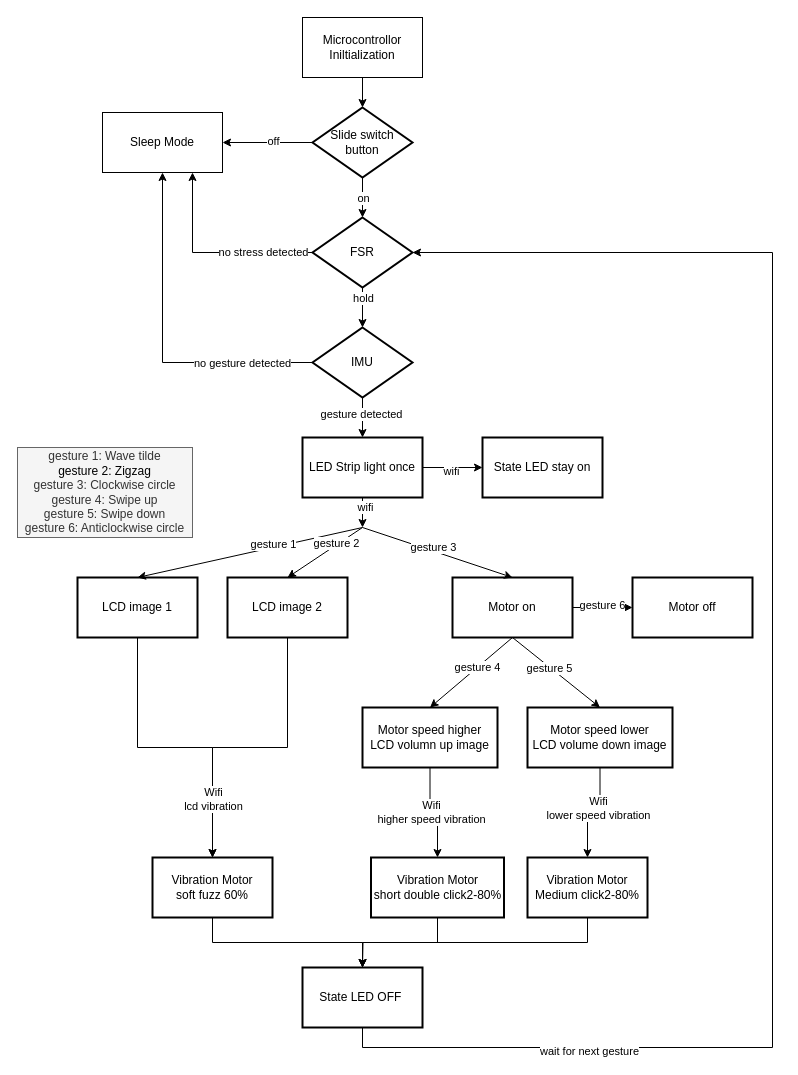
Earlier version of the draw.io diagram Flow_Chart.drawio (ese5160/final-project-a07g-a14g-t05-fusion-maverick). Source tidied: cells renumbered, new cells numbered last; positions are measured from the earlier drawing's top-left corner, leaving out a move shared by most shapes. Both pictures are drawn from the tidied source at 100%, with x=0, y=0 at pixel (17, 17).
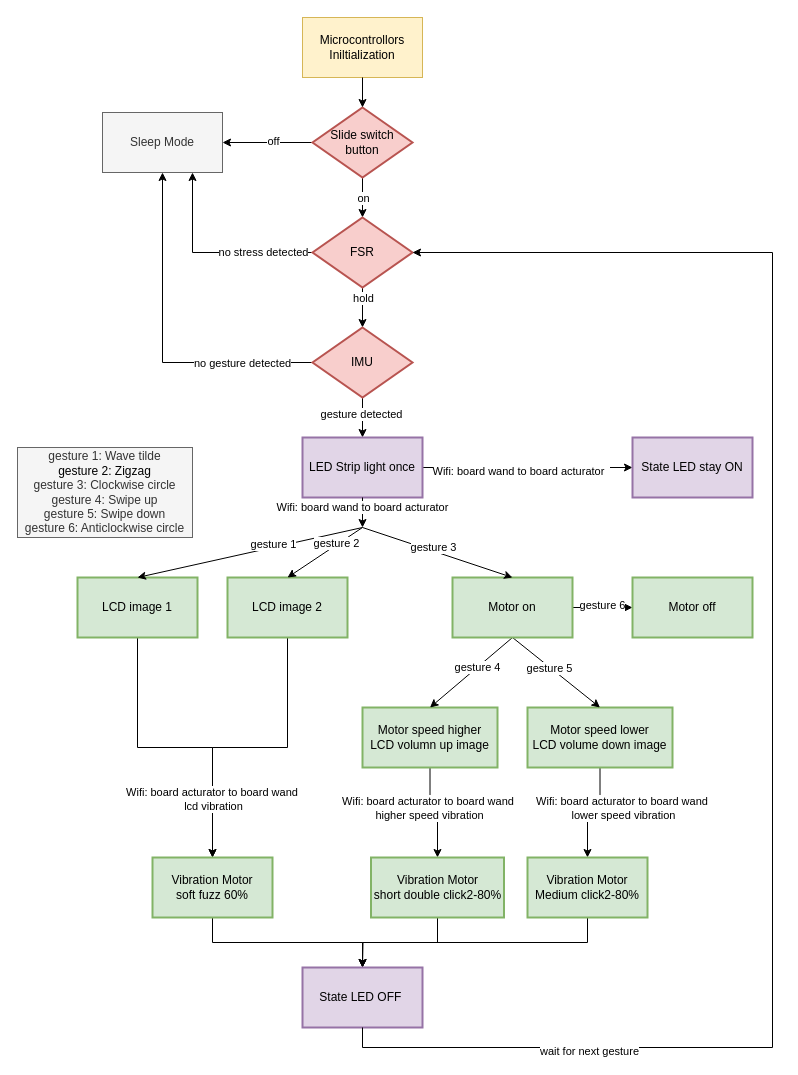
The same diagram, later.

The change refers to these unchanged cells:
```xml
<mxCell id="20" style="edgeStyle=orthogonalEdgeStyle;rounded=0;jettySize=auto;html=1;exitX=1;exitY=0.5;exitDx=0;exitDy=0;entryX=0;entryY=0.5;entryDx=0;entryDy=0;" parent="1" edge="1" source="22" target="60">
  <mxGeometry relative="1" as="geometry" />
</mxCell>
<mxCell id="25" style="edgeStyle=orthogonalEdgeStyle;rounded=0;jettySize=auto;html=1;exitX=0.5;exitY=1;exitDx=0;exitDy=0;entryX=0.5;entryY=0;entryDx=0;entryDy=0;" parent="1" edge="1" source="27" target="47">
  <mxGeometry relative="1" as="geometry" />
</mxCell>
<mxCell id="28" style="edgeStyle=orthogonalEdgeStyle;rounded=0;jettySize=auto;html=1;exitX=0.5;exitY=1;exitDx=0;exitDy=0;entryX=0.5;entryY=0;entryDx=0;entryDy=0;" parent="1" edge="1" source="30" target="49">
  <mxGeometry relative="1" as="geometry" />
</mxCell>
<mxCell id="31" style="edgeStyle=orthogonalEdgeStyle;rounded=0;jettySize=auto;html=1;exitX=0.5;exitY=1;exitDx=0;exitDy=0;entryX=0.5;entryY=0;entryDx=0;entryDy=0;" parent="1" edge="1" source="33" target="45">
  <mxGeometry relative="1" as="geometry" />
</mxCell>
<mxCell id="34" style="endArrow=classic;html=1;rounded=0;exitX=0.5;exitY=1;exitDx=0;exitDy=0;" parent="1" edge="1" source="22">
  <mxGeometry relative="1" as="geometry">
    <mxPoint x="345" y="510" as="targetPoint" />
  </mxGeometry>
</mxCell>
```

What changed in the source:
```diff
@@
-    <mxCell id="2" value="Microcontrollor Iniltialization" style="rounded=0;whiteSpace=wrap;html=1;" parent="1" vertex="1">
+    <mxCell id="2" value="Microcontrollors Iniltialization" style="rounded=0;whiteSpace=wrap;html=1;fillColor=#fff2cc;strokeColor=#d6b656;" parent="1" vertex="1">
       <mxGeometry x="285" width="120" height="60" as="geometry" />
     </mxCell>
@@
-    <mxCell id="7" value="Slide switch button" style="strokeWidth=2;html=1;shape=mxgraph.flowchart.decision;whiteSpace=wrap;" parent="1" vertex="1">
+    <mxCell id="7" value="Slide switch button" style="strokeWidth=2;html=1;shape=mxgraph.flowchart.decision;whiteSpace=wrap;fillColor=#f8cecc;strokeColor=#b85450;" parent="1" vertex="1">
       <mxGeometry x="295" y="90" width="100" height="70" as="geometry" />
     </mxCell>
@@
-    <mxCell id="9" value="Sleep Mode" style="rounded=0;whiteSpace=wrap;html=1;" parent="1" vertex="1">
+    <mxCell id="9" value="Sleep Mode" style="rounded=0;whiteSpace=wrap;html=1;fillColor=#f5f5f5;fontColor=#333333;strokeColor=#666666;" parent="1" vertex="1">
       <mxGeometry x="85" y="95" width="120" height="60" as="geometry" />
     </mxCell>
@@
-    <mxCell id="14" value="FSR" style="strokeWidth=2;html=1;shape=mxgraph.flowchart.decision;whiteSpace=wrap;" parent="1" vertex="1">
+    <mxCell id="14" value="FSR" style="strokeWidth=2;html=1;shape=mxgraph.flowchart.decision;whiteSpace=wrap;fillColor=#f8cecc;strokeColor=#b85450;" parent="1" vertex="1">
       <mxGeometry x="295" y="200" width="100" height="70" as="geometry" />
     </mxCell>
@@
-    <mxCell id="19" value="IMU" style="strokeWidth=2;html=1;shape=mxgraph.flowchart.decision;whiteSpace=wrap;" parent="1" vertex="1">
+    <mxCell id="19" value="IMU" style="strokeWidth=2;html=1;shape=mxgraph.flowchart.decision;whiteSpace=wrap;fillColor=#f8cecc;strokeColor=#b85450;" parent="1" vertex="1">
       <mxGeometry x="295" y="310" width="100" height="70" as="geometry" />
     </mxCell>
@@
-    <mxCell id="21" value="wifi" style="edgeLabel;html=1;align=center;verticalAlign=middle;" parent="20" vertex="1">
+    <mxCell id="21" value="Wifi: board wand&amp;nbsp;to board acturator&amp;nbsp;&amp;nbsp;" style="edgeLabel;html=1;align=center;verticalAlign=middle;" parent="20" vertex="1">
       <mxGeometry x="-0.07" y="-3" relative="1" as="geometry" />
     </mxCell>
-    <mxCell id="22" value="LED Strip light once" style="whiteSpace=wrap;html=1;strokeWidth=2;" parent="1" vertex="1">
+    <mxCell id="22" value="LED Strip light once" style="whiteSpace=wrap;html=1;strokeWidth=2;fillColor=#e1d5e7;strokeColor=#9673a6;" parent="1" vertex="1">
       <mxGeometry x="285" y="420" width="120" height="60" as="geometry" />
     </mxCell>
@@
-    <mxCell id="24" value="LCD image 1" style="whiteSpace=wrap;html=1;strokeWidth=2;" parent="1" vertex="1">
+    <mxCell id="24" value="LCD image 1" style="whiteSpace=wrap;html=1;strokeWidth=2;fillColor=#d5e8d4;strokeColor=#82b366;" parent="1" vertex="1">
       <mxGeometry x="60" y="560" width="120" height="60" as="geometry" />
     </mxCell>
@@
-    <mxCell id="26" value="Wifi&lt;div&gt;higher speed vibration&lt;/div&gt;" style="edgeLabel;html=1;align=center;verticalAlign=middle;" parent="25" vertex="1">
-      <mxGeometry x="-0.05" y="1" relative="1" as="geometry" />
+    <mxCell id="26" value="Wifi: board acturator to board wand&amp;nbsp;&lt;div&gt;higher speed vibration&lt;/div&gt;" style="edgeLabel;html=1;align=center;verticalAlign=middle;" parent="25" vertex="1">
+      <mxGeometry x="-0.05" y="1" relative="1" as="geometry">
+        <mxPoint x="-2" y="-4" as="offset" />
+      </mxGeometry>
     </mxCell>
-    <mxCell id="27" value="Motor speed higher&lt;div&gt;LCD volumn up image&lt;/div&gt;" style="whiteSpace=wrap;html=1;strokeWidth=2;" parent="1" vertex="1">
+    <mxCell id="27" value="Motor speed higher&lt;div&gt;LCD volumn up image&lt;/div&gt;" style="whiteSpace=wrap;html=1;strokeWidth=2;fillColor=#d5e8d4;strokeColor=#82b366;" parent="1" vertex="1">
       <mxGeometry x="345" y="690" width="135" height="60" as="geometry" />
     </mxCell>
@@
-    <mxCell id="29" value="Wifi&lt;div&gt;lower speed vibration&lt;/div&gt;" style="edgeLabel;html=1;align=center;verticalAlign=middle;" parent="28" vertex="1">
-      <mxGeometry x="-0.08" y="-5" relative="1" as="geometry" />
+    <mxCell id="29" value="Wifi: board acturator to board wand&amp;nbsp;&lt;br&gt;&lt;div&gt;lower speed vibration&lt;/div&gt;" style="edgeLabel;html=1;align=center;verticalAlign=middle;" parent="28" vertex="1">
+      <mxGeometry x="-0.08" y="-5" relative="1" as="geometry">
+        <mxPoint x="25" as="offset" />
+      </mxGeometry>
     </mxCell>
-    <mxCell id="30" value="Motor speed lower&lt;div&gt;LCD volume down image&lt;/div&gt;" style="whiteSpace=wrap;html=1;strokeWidth=2;" parent="1" vertex="1">
+    <mxCell id="30" value="Motor speed lower&lt;div&gt;LCD volume down image&lt;/div&gt;" style="whiteSpace=wrap;html=1;strokeWidth=2;fillColor=#d5e8d4;strokeColor=#82b366;" parent="1" vertex="1">
       <mxGeometry x="510" y="690" width="145" height="60" as="geometry" />
     </mxCell>
@@
-    <mxCell id="32" value="Wifi&lt;div&gt;lcd vibration&lt;/div&gt;" style="edgeLabel;html=1;align=center;verticalAlign=middle;" parent="31" vertex="1">
+    <mxCell id="32" value="Wifi: board acturator to board wand&amp;nbsp;&lt;div&gt;lcd vibration&lt;/div&gt;" style="edgeLabel;html=1;align=center;verticalAlign=middle;" parent="31" vertex="1">
       <mxGeometry x="0.4" y="-5" relative="1" as="geometry">
         <mxPoint x="5" y="29" as="offset" />
       </mxGeometry>
     </mxCell>
-    <mxCell id="33" value="LCD image 2" style="whiteSpace=wrap;html=1;strokeWidth=2;" parent="1" vertex="1">
+    <mxCell id="33" value="LCD image 2" style="whiteSpace=wrap;html=1;strokeWidth=2;fillColor=#d5e8d4;strokeColor=#82b366;" parent="1" vertex="1">
       <mxGeometry x="210" y="560" width="120" height="60" as="geometry" />
     </mxCell>
@@
-    <mxCell id="35" value="wifi" style="edgeLabel;html=1;align=center;verticalAlign=middle;" parent="34" vertex="1">
+    <mxCell id="35" value="Wifi: board wand&amp;nbsp;to board acturator&amp;nbsp;&amp;nbsp;" style="edgeLabel;html=1;align=center;verticalAlign=middle;" parent="34" vertex="1">
       <mxGeometry x="-0.38" y="2" relative="1" as="geometry" />
     </mxCell>
@@
-    <mxCell id="45" value="Vibration Motor&lt;div&gt;soft fuzz 60%&lt;/div&gt;" style="whiteSpace=wrap;html=1;strokeWidth=2;" parent="1" vertex="1">
+    <mxCell id="45" value="Vibration Motor&lt;div&gt;soft fuzz 60%&lt;/div&gt;" style="whiteSpace=wrap;html=1;strokeWidth=2;fillColor=#d5e8d4;strokeColor=#82b366;" parent="1" vertex="1">
       <mxGeometry x="135" y="840" width="120" height="60" as="geometry" />
     </mxCell>
@@
-    <mxCell id="47" value="Vibration Motor&lt;div&gt;short double click2-80%&lt;/div&gt;" style="whiteSpace=wrap;html=1;strokeWidth=2;" parent="1" vertex="1">
+    <mxCell id="47" value="Vibration Motor&lt;div&gt;short double click2-80%&lt;/div&gt;" style="whiteSpace=wrap;html=1;strokeWidth=2;fillColor=#d5e8d4;strokeColor=#82b366;" parent="1" vertex="1">
       <mxGeometry x="353.5" y="840" width="133" height="60" as="geometry" />
     </mxCell>
@@
-    <mxCell id="49" value="Vibration Motor&lt;div&gt;Medium click2-80%&lt;/div&gt;" style="whiteSpace=wrap;html=1;strokeWidth=2;" parent="1" vertex="1">
+    <mxCell id="49" value="Vibration Motor&lt;div&gt;Medium click2-80%&lt;/div&gt;" style="whiteSpace=wrap;html=1;strokeWidth=2;fillColor=#d5e8d4;strokeColor=#82b366;" parent="1" vertex="1">
       <mxGeometry x="510" y="840" width="120" height="60" as="geometry" />
     </mxCell>
-    <mxCell id="50" value="&lt;div&gt;State LED OFF&amp;nbsp;&lt;/div&gt;" style="whiteSpace=wrap;html=1;strokeWidth=2;" parent="1" vertex="1">
+    <mxCell id="50" value="&lt;div&gt;State LED OFF&amp;nbsp;&lt;/div&gt;" style="whiteSpace=wrap;html=1;strokeWidth=2;fillColor=#e1d5e7;strokeColor=#9673a6;" parent="1" vertex="1">
       <mxGeometry x="285" y="950" width="120" height="60" as="geometry" />
     </mxCell>
@@
-    <mxCell id="56" value="Motor on" style="whiteSpace=wrap;html=1;strokeWidth=2;" parent="1" vertex="1">
+    <mxCell id="56" value="Motor on" style="whiteSpace=wrap;html=1;strokeWidth=2;fillColor=#d5e8d4;strokeColor=#82b366;" parent="1" vertex="1">
       <mxGeometry x="435" y="560" width="120" height="60" as="geometry" />
     </mxCell>
@@
-    <mxCell id="59" value="Motor off" style="whiteSpace=wrap;html=1;strokeWidth=2;" parent="1" vertex="1">
+    <mxCell id="59" value="Motor off" style="whiteSpace=wrap;html=1;strokeWidth=2;fillColor=#d5e8d4;strokeColor=#82b366;" parent="1" vertex="1">
       <mxGeometry x="615" y="560" width="120" height="60" as="geometry" />
     </mxCell>
-    <mxCell id="60" value="State LED stay on" style="rounded=0;whiteSpace=wrap;html=1;strokeWidth=2;" parent="1" vertex="1">
-      <mxGeometry x="465" y="420" width="120" height="60" as="geometry" />
+    <mxCell id="60" value="State LED stay ON" style="rounded=0;whiteSpace=wrap;html=1;strokeWidth=2;fillColor=#e1d5e7;strokeColor=#9673a6;" parent="1" vertex="1">
+      <mxGeometry x="615" y="420" width="120" height="60" as="geometry" />
     </mxCell>
```
